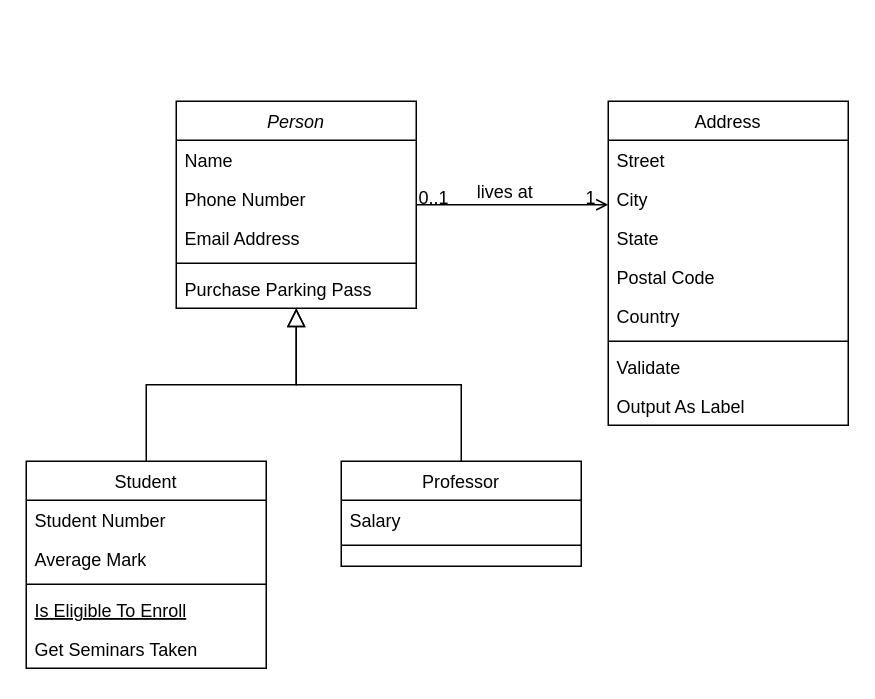
Earlier version of the draw.io diagram azure_project.drawio (fadjoker13/Azure_project). Source tidied: cells renumbered, new cells numbered last; positions are measured from the earlier drawing's top-left corner, leaving out a move shared by most shapes. Both pictures are drawn from the tidied source at 150%, with x=0, y=0 at pixel (26, 100).
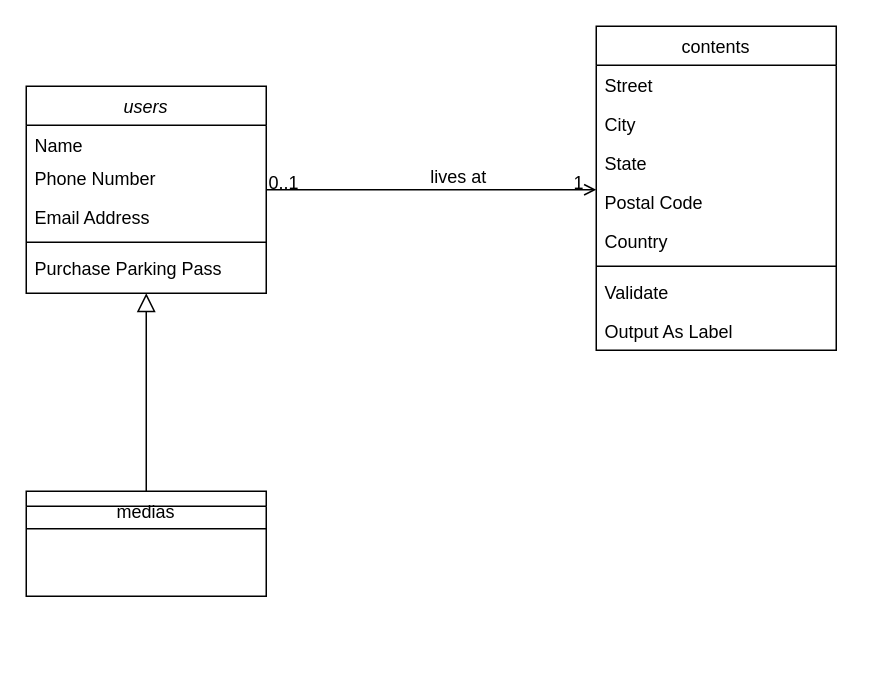
The same page after the edit.

Commit message:
Mettre à jour azure_project.drawio

Change to the diagram source:
```diff
@@
-    <mxCell id="2" value="Person" style="swimlane;fontStyle=2;align=center;verticalAlign=top;horizontal=1;startSize=26;rounded=0;shadow=0;strokeWidth=1;" parent="1" vertex="1">
-      <mxGeometry x="100" width="160" height="138" as="geometry" />
+    <mxCell id="2" value="users" style="swimlane;fontStyle=2;align=center;verticalAlign=top;horizontal=1;startSize=26;rounded=0;shadow=0;strokeWidth=1;" parent="1" vertex="1">
+      <mxGeometry y="-10" width="160" height="138" as="geometry" />
     </mxCell>
     <mxCell id="3" value="Name" style="text;align=left;verticalAlign=top;spacingLeft=4;spacingRight=4;overflow=hidden;" parent="2" vertex="1">
-      <mxGeometry y="26" width="160" height="26" as="geometry" />
+      <mxGeometry y="26" width="160" height="22" as="geometry" />
     </mxCell>
     <mxCell id="4" value="Phone Number" style="text;align=left;verticalAlign=top;spacingLeft=4;spacingRight=4;overflow=hidden;rounded=0;shadow=0;html=0;" parent="2" vertex="1">
-      <mxGeometry y="52" width="160" height="26" as="geometry" />
+      <mxGeometry y="48" width="160" height="26" as="geometry" />
     </mxCell>
     <mxCell id="5" value="Email Address" style="text;align=left;verticalAlign=top;spacingLeft=4;spacingRight=4;overflow=hidden;rounded=0;shadow=0;html=0;" parent="2" vertex="1">
-      <mxGeometry y="78" width="160" height="26" as="geometry" />
+      <mxGeometry y="74" width="160" height="26" as="geometry" />
     </mxCell>
     <mxCell id="6" style="line;html=1;strokeWidth=1;align=left;verticalAlign=middle;spacingTop=-1;spacingLeft=3;spacingRight=3;labelPosition=right;" parent="2" vertex="1">
-      <mxGeometry y="104" width="160" height="8" as="geometry" />
+      <mxGeometry y="100" width="160" height="8" as="geometry" />
     </mxCell>
     <mxCell id="7" value="Purchase Parking Pass" style="text;align=left;verticalAlign=top;spacingLeft=4;spacingRight=4;overflow=hidden;" parent="2" vertex="1">
-      <mxGeometry y="112" width="160" height="26" as="geometry" />
+      <mxGeometry y="108" width="160" height="26" as="geometry" />
     </mxCell>
-    <mxCell id="8" value="Student" style="swimlane;fontStyle=0;align=center;verticalAlign=top;horizontal=1;startSize=26;rounded=0;shadow=0;strokeWidth=1;" parent="1" vertex="1">
-      <mxGeometry y="240" width="160" height="138" as="geometry" />
-    </mxCell>
-    <mxCell id="9" value="Student Number" style="text;align=left;verticalAlign=top;spacingLeft=4;spacingRight=4;overflow=hidden;" parent="8" vertex="1">
-      <mxGeometry y="26" width="160" height="26" as="geometry" />
-    </mxCell>
-    <mxCell id="10" value="Average Mark" style="text;align=left;verticalAlign=top;spacingLeft=4;spacingRight=4;overflow=hidden;rounded=0;shadow=0;html=0;" parent="8" vertex="1">
-      <mxGeometry y="52" width="160" height="26" as="geometry" />
-    </mxCell>
-    <mxCell id="11" style="line;html=1;strokeWidth=1;align=left;verticalAlign=middle;spacingTop=-1;spacingLeft=3;spacingRight=3;labelPosition=right;" parent="8" vertex="1">
-      <mxGeometry y="78" width="160" height="8" as="geometry" />
-    </mxCell>
-    <mxCell id="12" value="Is Eligible To Enroll" style="text;align=left;verticalAlign=top;spacingLeft=4;spacingRight=4;overflow=hidden;fontStyle=4;" parent="8" vertex="1">
-      <mxGeometry y="86" width="160" height="26" as="geometry" />
-    </mxCell>
-    <mxCell id="13" value="Get Seminars Taken" style="text;align=left;verticalAlign=top;spacingLeft=4;spacingRight=4;overflow=hidden;" parent="8" vertex="1">
-      <mxGeometry y="112" width="160" height="26" as="geometry" />
-    </mxCell>
-    <mxCell id="14" style="endArrow=block;endSize=10;endFill=0;shadow=0;strokeWidth=1;rounded=0;curved=0;edgeStyle=elbowEdgeStyle;elbow=vertical;" parent="1" edge="1" source="8" target="2">
-      <mxGeometry relative="1" as="geometry" />
-    </mxCell>
-    <mxCell id="15" value="Professor" style="swimlane;fontStyle=0;align=center;verticalAlign=top;horizontal=1;startSize=26;rounded=0;shadow=0;strokeWidth=1;" parent="1" vertex="1">
-      <mxGeometry x="210" y="240" width="160" height="70" as="geometry" />
+    <mxCell id="15" value="medias" style="swimlane;fontStyle=0;align=center;verticalAlign=top;horizontal=1;startSize=10;rounded=0;shadow=0;strokeWidth=1;" parent="1" vertex="1">
+      <mxGeometry y="260" width="160" height="70" as="geometry" />
     </mxCell>
-    <mxCell id="16" value="Salary" style="text;align=left;verticalAlign=top;spacingLeft=4;spacingRight=4;overflow=hidden;" parent="15" vertex="1">
-      <mxGeometry y="26" width="160" height="26" as="geometry" />
-    </mxCell>
     <mxCell id="17" style="line;html=1;strokeWidth=1;align=left;verticalAlign=middle;spacingTop=-1;spacingLeft=3;spacingRight=3;labelPosition=right;" parent="15" vertex="1">
-      <mxGeometry y="52" width="160" height="8" as="geometry" />
+      <mxGeometry y="10" width="160" height="30" as="geometry" />
     </mxCell>
@@
-    <mxCell id="19" value="Address" style="swimlane;fontStyle=0;align=center;verticalAlign=top;horizontal=1;startSize=26;rounded=0;shadow=0;strokeWidth=1;" parent="1" vertex="1">
-      <mxGeometry x="388" width="160" height="216" as="geometry" />
+    <mxCell id="19" value="contents" style="swimlane;fontStyle=0;align=center;verticalAlign=top;horizontal=1;startSize=26;rounded=0;shadow=0;strokeWidth=1;" parent="1" vertex="1">
+      <mxGeometry x="380" y="-50" width="160" height="216" as="geometry" />
     </mxCell>
```
